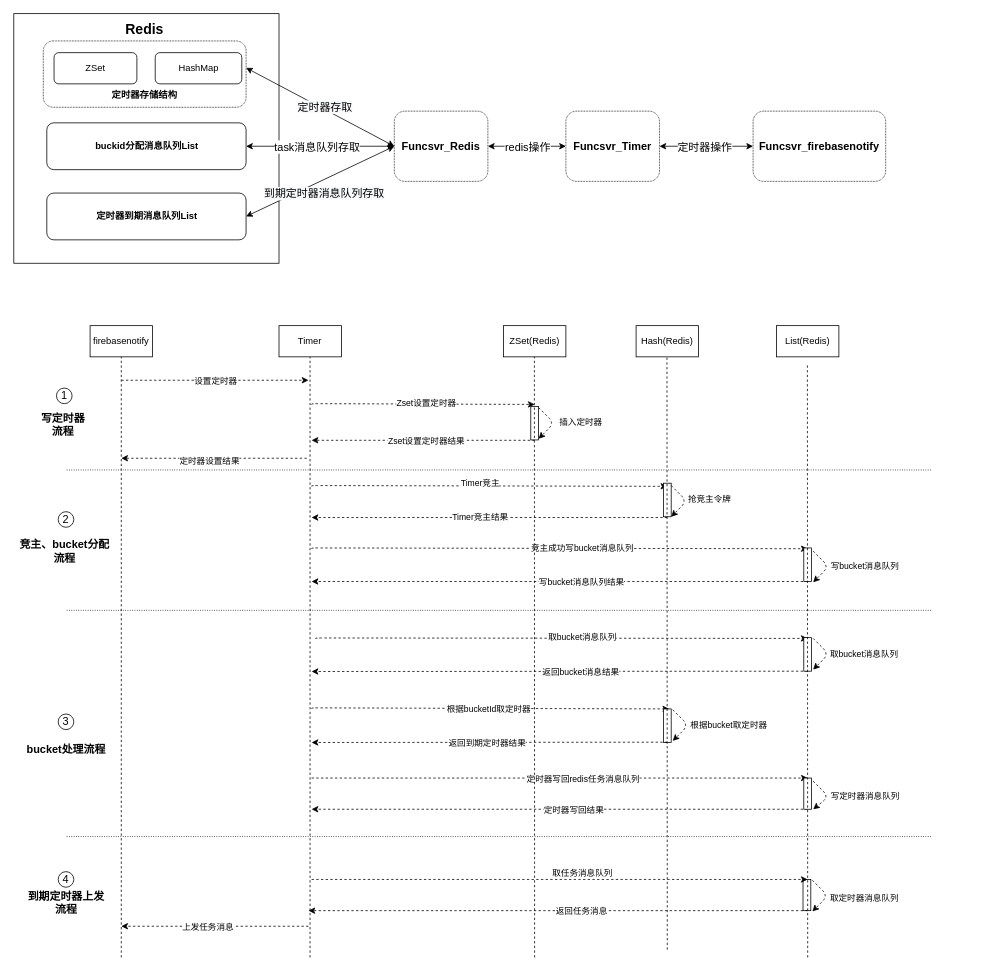
Above: page "Page-1" (1 of 4) of timer.drawio in mbabby/draw.io.file (draw.io), before the change. Source tidied: cells renumbered, new cells numbered last; positions are measured from the earlier drawing's top-left corner, leaving out a move shared by most shapes. Both pictures are drawn from the tidied source at 78%, with x=0, y=0 at pixel (13, 13).
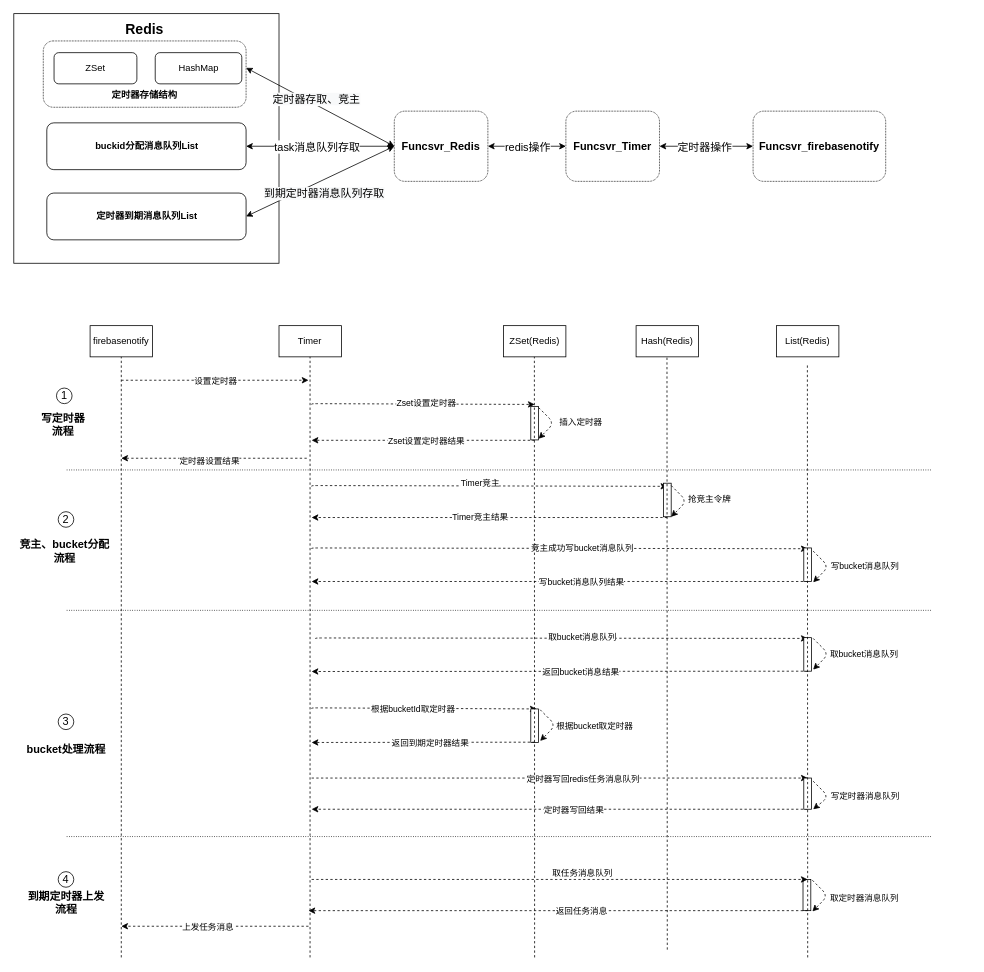
Above is the later version.

Unchanged cells that the change refers to:
```xml
<mxCell id="20" style="endArrow=classic;html=1;entryX=0;entryY=0.5;entryDx=0;entryDy=0;startArrow=classic;startFill=1;" parent="1" edge="1" target="18">
  <mxGeometry relative="1" as="geometry">
    <mxPoint x="298" y="69.5" as="sourcePoint" />
  </mxGeometry>
</mxCell>
```

Change to the diagram source:
```diff
@@
-    <mxCell id="21" value="&lt;span style=&quot;background-color: rgb(248 , 249 , 250)&quot;&gt;定时器存取&lt;/span&gt;" style="edgeLabel;html=1;align=center;verticalAlign=middle;fontSize=14;" parent="20" vertex="1">
+    <mxCell id="21" value="&lt;span style=&quot;background-color: rgb(248 , 249 , 250)&quot;&gt;定时器存取、竞主&lt;/span&gt;" style="edgeLabel;html=1;align=center;verticalAlign=middle;fontSize=14;" parent="20" vertex="1">
       <mxGeometry x="0.12" relative="1" as="geometry">
-        <mxPoint x="-6" y="-6" as="offset" />
+        <mxPoint x="-17" y="-16" as="offset" />
       </mxGeometry>
     </mxCell>
@@
     <mxCell id="64" style="rounded=0;whiteSpace=wrap;html=1;" parent="1" vertex="1">
-      <mxGeometry x="833" y="891.4" width="10" height="43" as="geometry" />
+      <mxGeometry x="663" y="891.4" width="10" height="43" as="geometry" />
     </mxCell>
     <mxCell id="65" style="endArrow=classic;html=1;dashed=1;" parent="1" edge="1">
       <mxGeometry relative="1" as="geometry">
-        <mxPoint x="845" y="892.4" as="sourcePoint" />
-        <mxPoint x="845" y="932.4" as="targetPoint" />
+        <mxPoint x="675" y="892.4" as="sourcePoint" />
+        <mxPoint x="675" y="932.4" as="targetPoint" />
         <Array as="points">
-          <mxPoint x="865" y="912.4" />
+          <mxPoint x="695" y="912.4" />
         </Array>
       </mxGeometry>
     </mxCell>
     <mxCell id="66" value="&lt;div style=&quot;text-align: center&quot;&gt;&lt;font face=&quot;helvetica&quot;&gt;&lt;span style=&quot;font-size: 11px ; background-color: rgb(255 , 255 , 255)&quot;&gt;根据bucket取定时器&lt;/span&gt;&lt;/font&gt;&lt;/div&gt;" style="text;whiteSpace=wrap;html=1;" parent="1" vertex="1">
-      <mxGeometry x="866" y="897.9" width="180" height="30" as="geometry" />
+      <mxGeometry x="694" y="899.4" width="180" height="30" as="geometry" />
     </mxCell>
     <mxCell id="67" style="endArrow=classic;html=1;dashed=1;" parent="1" edge="1">
       <mxGeometry relative="1" as="geometry">
-        <mxPoint x="838" y="934" as="sourcePoint" />
+        <mxPoint x="668" y="934" as="sourcePoint" />
         <mxPoint x="382" y="934.4" as="targetPoint" />
       </mxGeometry>
     </mxCell>
```
